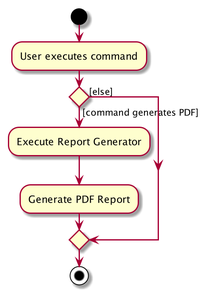
Above: images/GenReportActivityDiagram.png in AY1920S1-CS2103T-T13-2/main (PlantUML), before the change.
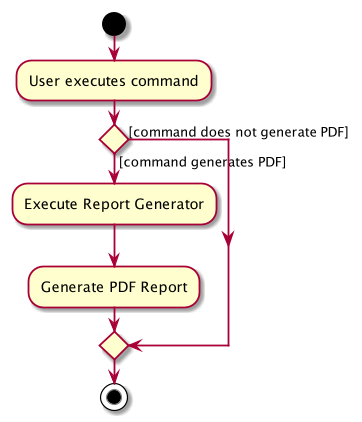
After the commit.

Diff of the diagram source:
```diff
@@ -6,7 +6,7 @@
 if () then ([command generates PDF])
     :Execute Report Generator;
     :Generate PDF Report;
-else ([else])
+else ([command does not generate PDF])
 endif
 stop
 @enduml
```
